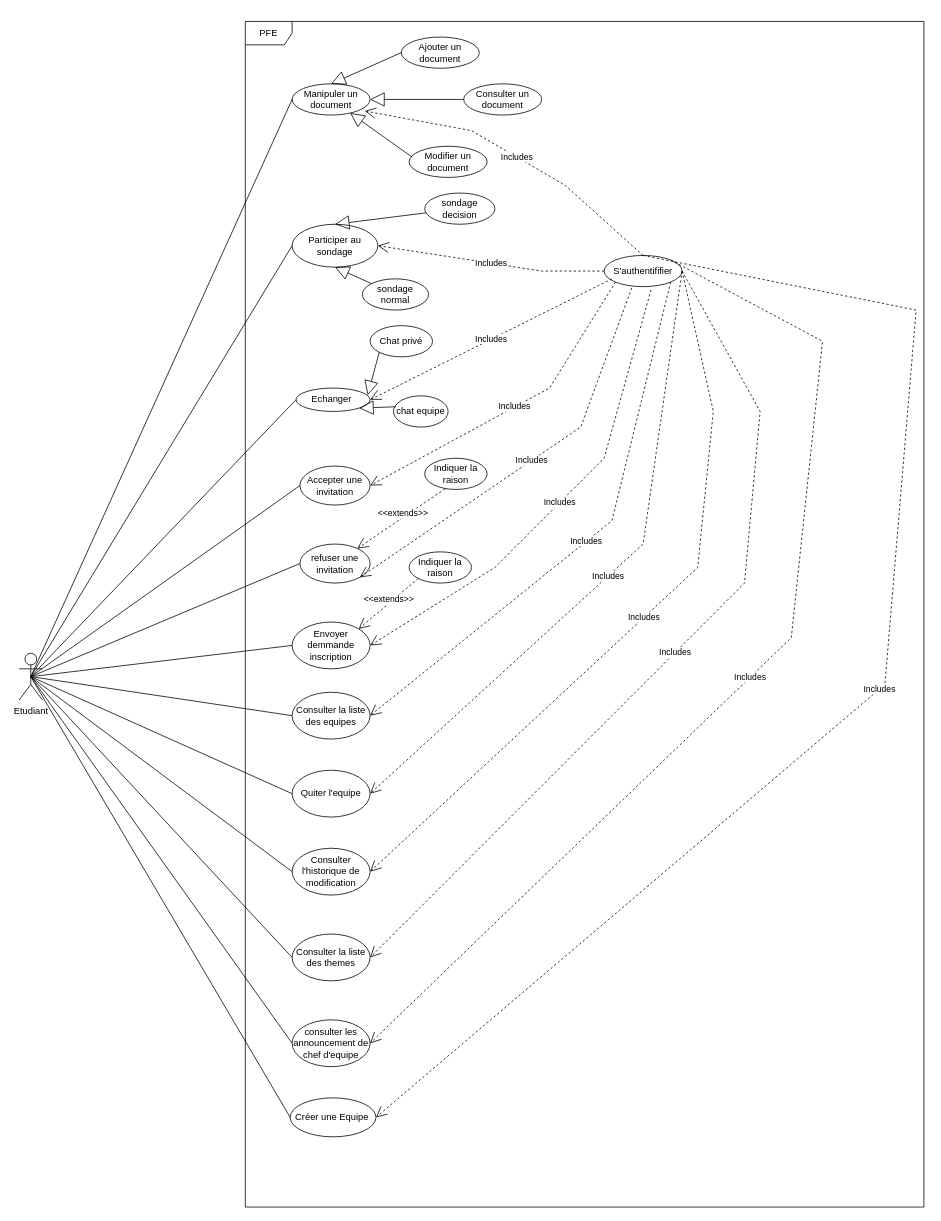
The draw.io diagram diagrams/useCasesEtudiant.drawio in stormsidali2001/PFE_third_year_school_project_front, before the edit. Source tidied: cells renumbered, new cells numbered last; positions are measured from the earlier drawing's top-left corner, leaving out a move shared by most shapes. Both pictures are drawn from the tidied source at 78%, with x=0, y=0 at pixel (19, 21).
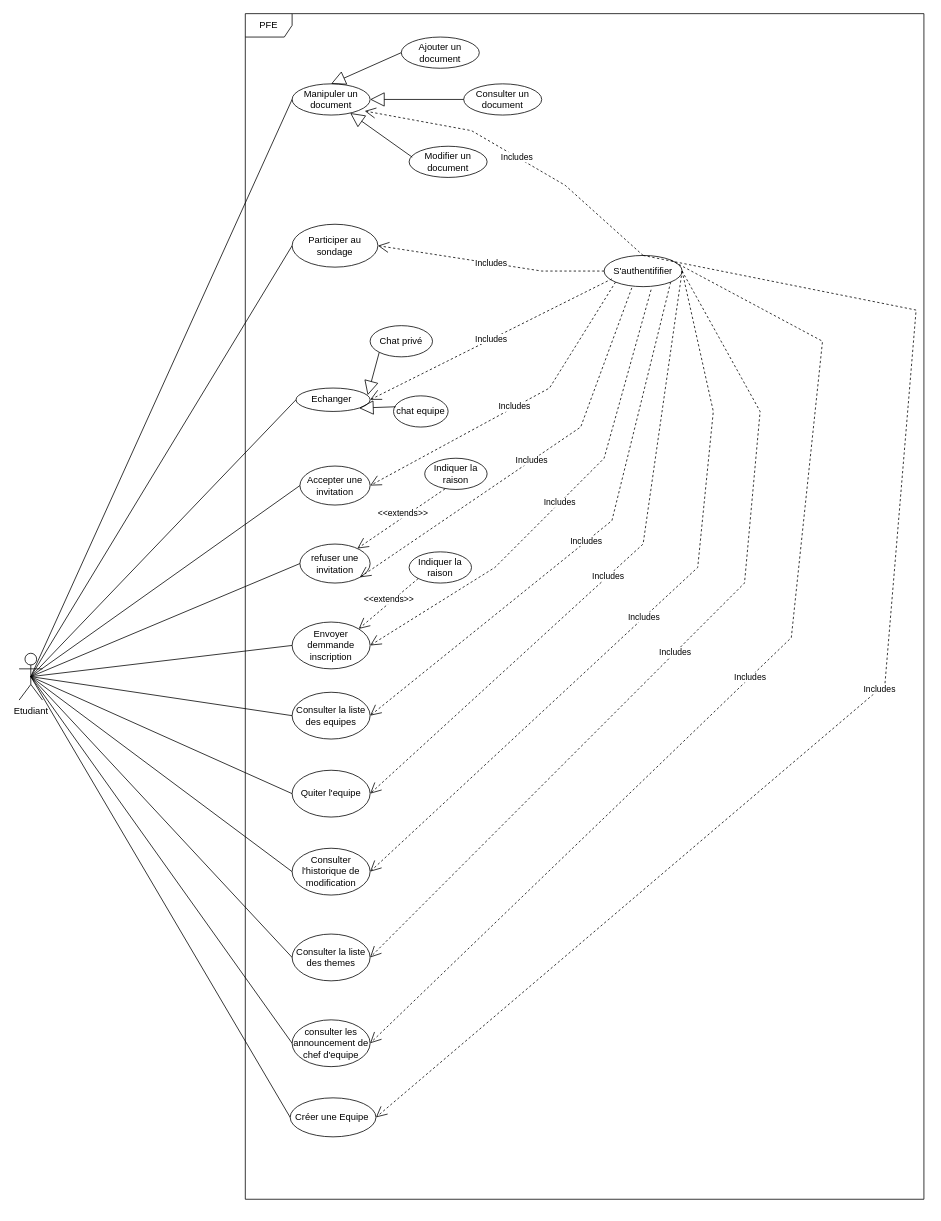
After the change.

The change refers to these unchanged cells:
```xml
<mxCell id="14" value="Participer au sondage" style="ellipse;whiteSpace=wrap;html=1;" parent="1" vertex="1">
  <mxGeometry x="350" y="260" width="110" height="55" as="geometry" />
</mxCell>
```

Diff of the diagram source:
```diff
@@
     <mxCell id="2" value="PFE" style="shape=umlFrame;whiteSpace=wrap;html=1;" parent="1" vertex="1">
-      <mxGeometry x="290" width="870" height="1520" as="geometry" />
+      <mxGeometry x="290" y="-10" width="870" height="1520" as="geometry" />
     </mxCell>
@@
-    <mxCell id="51" style="endArrow=block;endSize=16;endFill=0;html=1;rounded=0;startArrow=none;entryX=0.5;entryY=1;entryDx=0;entryDy=0;" parent="1" edge="1" source="52" target="14">
-      <mxGeometry x="-0.01" y="1" relative="1" as="geometry" />
-    </mxCell>
-    <mxCell id="52" value="sondage normal" style="ellipse;whiteSpace=wrap;html=1;" parent="1" vertex="1">
-      <mxGeometry x="440" y="330" width="85" height="40" as="geometry" />
-    </mxCell>
-    <mxCell id="53" style="endArrow=block;endSize=16;endFill=0;html=1;rounded=0;startArrow=none;entryX=0.5;entryY=0;entryDx=0;entryDy=0;" parent="1" edge="1" source="54" target="14">
-      <mxGeometry x="-0.01" y="1" relative="1" as="geometry" />
-    </mxCell>
-    <mxCell id="54" value="sondage decision" style="ellipse;whiteSpace=wrap;html=1;" parent="1" vertex="1">
-      <mxGeometry x="520" y="220" width="90" height="40" as="geometry" />
-    </mxCell>
```
